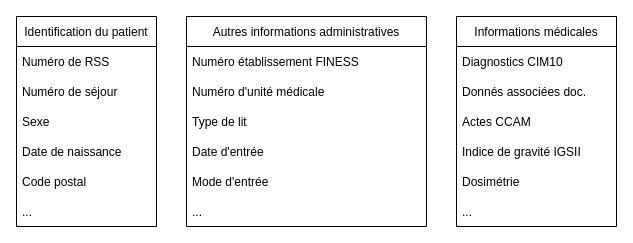
Above: page "Contenu RUM" (1 of 2) of RUM.drawio in eriam/Diagrammes (draw.io), before the change. Source tidied: cells renumbered, new cells numbered last; positions are measured from the earlier drawing's top-left corner, leaving out a move shared by most shapes. Both pictures are drawn from the tidied source at 100%, with x=0, y=0 at pixel (16, 16).
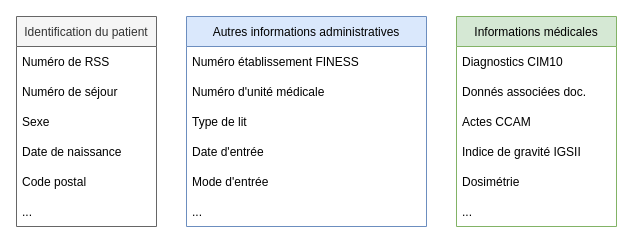
The same diagram, later.

Commit message:
Mettre à jour RUM.drawio

The edit, as a diff of the source:
```diff
@@
-    <mxCell id="2" value="Identification du patient" style="swimlane;fontStyle=0;horizontal=1;startSize=30;" parent="1" vertex="1">
+    <mxCell id="2" value="Identification du patient" style="swimlane;fontStyle=0;horizontal=1;startSize=30;fillColor=#f5f5f5;fontColor=#333333;strokeColor=#666666;" parent="1" vertex="1">
       <mxGeometry width="140" height="210" as="geometry" />
     </mxCell>
@@
-    <mxCell id="9" value="Autres informations administratives" style="swimlane;fontStyle=0;horizontal=1;startSize=30;" parent="1" vertex="1">
+    <mxCell id="9" value="Autres informations administratives" style="swimlane;fontStyle=0;horizontal=1;startSize=30;fillColor=#dae8fc;strokeColor=#6c8ebf;" parent="1" vertex="1">
       <mxGeometry x="170" width="240" height="210" as="geometry" />
     </mxCell>
@@
-    <mxCell id="16" value="Informations médicales" style="swimlane;fontStyle=0;horizontal=1;startSize=30;" parent="1" vertex="1">
+    <mxCell id="16" value="Informations médicales" style="swimlane;fontStyle=0;horizontal=1;startSize=30;fillColor=#d5e8d4;strokeColor=#82b366;" parent="1" vertex="1">
       <mxGeometry x="440" width="160" height="210" as="geometry" />
     </mxCell>
```
